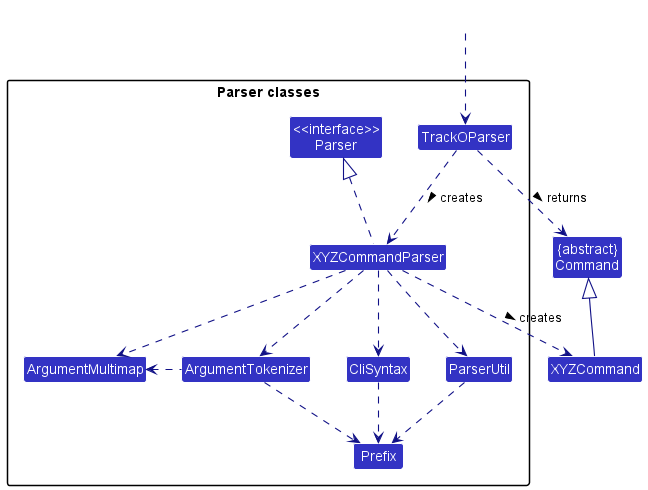
Earlier version of the PlantUML export docs/images/developer-guide/ParserClasses.png (nus-cs2103-AY2223S1/tp). The source it was exported from:
```plantuml
@startuml
!include style.puml
skinparam arrowThickness 1.1
skinparam arrowColor LOGIC_COLOR_T4
skinparam classBackgroundColor LOGIC_COLOR

Class "{abstract}\nCommand" as Command
Class XYZCommand

package "Parser classes"{
Class "<<interface>>\nParser" as Parser
Class TrackOParser
Class XYZCommandParser
Class CliSyntax
Class ParserUtil
Class ArgumentMultimap
Class ArgumentTokenizer
Class Prefix
}

Class HiddenOutside #FFFFFF
HiddenOutside ..> TrackOParser

TrackOParser .down.> XYZCommandParser: creates >

XYZCommandParser ..> XYZCommand : creates >
TrackOParser ..> Command : returns >
XYZCommandParser .up.|> Parser
XYZCommandParser ..> ArgumentMultimap
XYZCommandParser ..> ArgumentTokenizer
ArgumentTokenizer .left.> ArgumentMultimap
XYZCommandParser ..> CliSyntax
CliSyntax ..> Prefix
XYZCommandParser ..> ParserUtil
ParserUtil .down.> Prefix
ArgumentTokenizer .down.> Prefix
XYZCommand -up-|> Command
@enduml
```
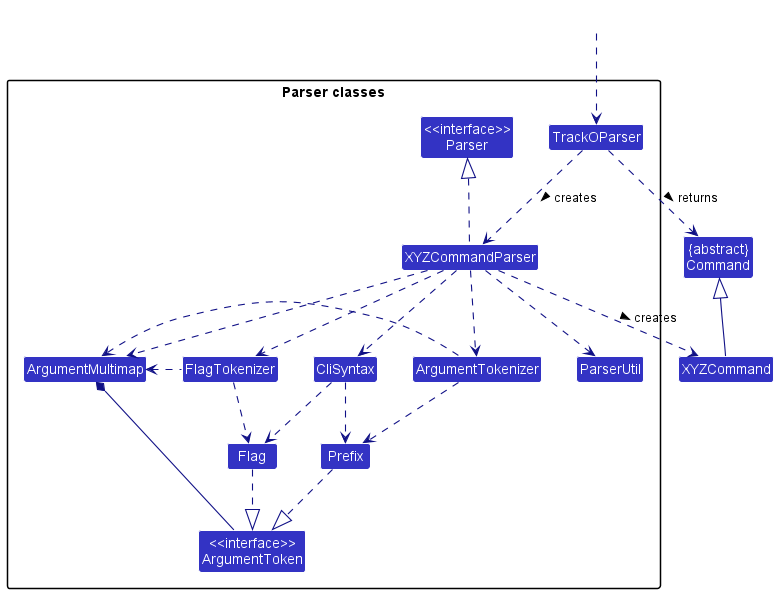
Above is the later version.

Commit message:
Update ParserClasses diagram

Change to the diagram source:
```diff
@@ -15,7 +15,10 @@
 Class ParserUtil
 Class ArgumentMultimap
 Class ArgumentTokenizer
+Class "<<interface>>\nArgumentToken" as ArgumentToken
+Class FlagTokenizer
 Class Prefix
+Class Flag
 }
 
 Class HiddenOutside #FFFFFF
@@ -28,11 +31,17 @@
 XYZCommandParser .up.|> Parser
 XYZCommandParser ..> ArgumentMultimap
 XYZCommandParser ..> ArgumentTokenizer
+XYZCommandParser ..> FlagTokenizer
 ArgumentTokenizer .left.> ArgumentMultimap
+FlagTokenizer .left.> ArgumentMultimap
 XYZCommandParser ..> CliSyntax
 CliSyntax ..> Prefix
+CliSyntax ..> Flag
+ArgumentMultimap *-- ArgumentToken
 XYZCommandParser ..> ParserUtil
-ParserUtil .down.> Prefix
 ArgumentTokenizer .down.> Prefix
+FlagTokenizer .down.> Flag
+Flag .down.|> ArgumentToken
+Prefix .down.|> ArgumentToken
 XYZCommand -up-|> Command
 @enduml
```
